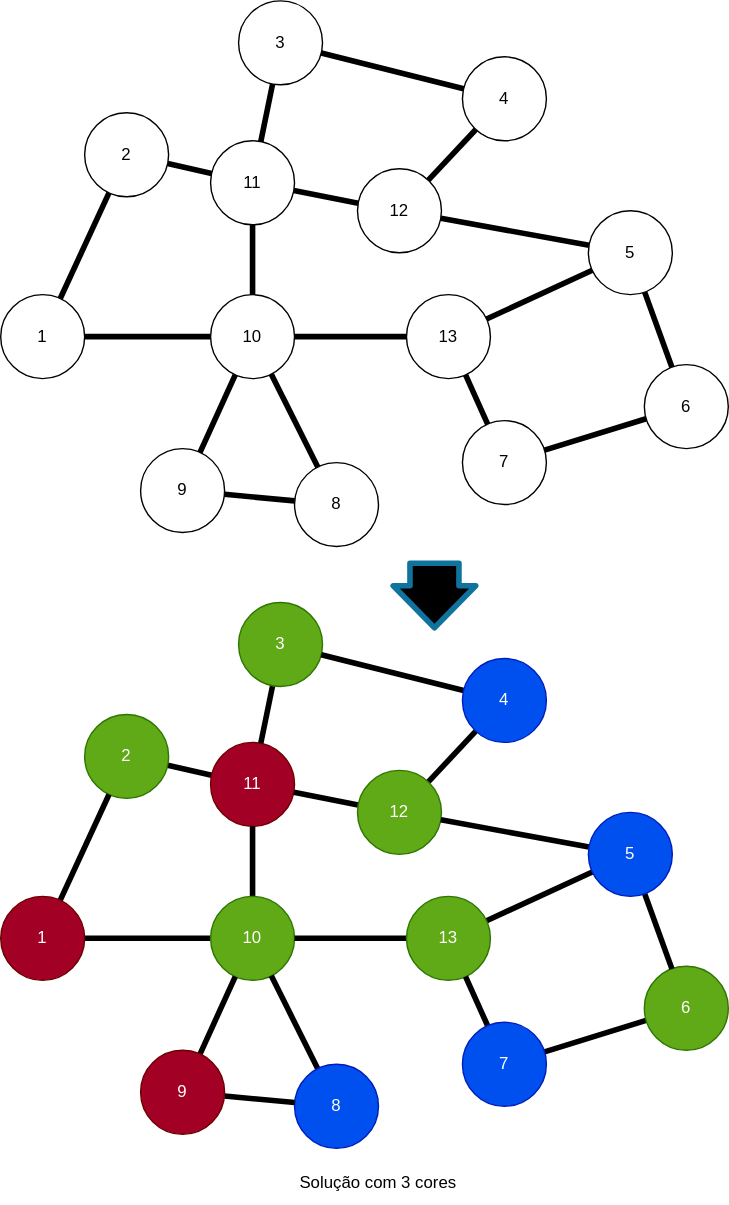
Earlier version of the draw.io export images/GCP.drawio.svg (spideryzarc/OCM). Source tidied: cells renumbered, new cells last; positions are measured from the earlier drawing's top-left corner, leaving out a move shared by most shapes.
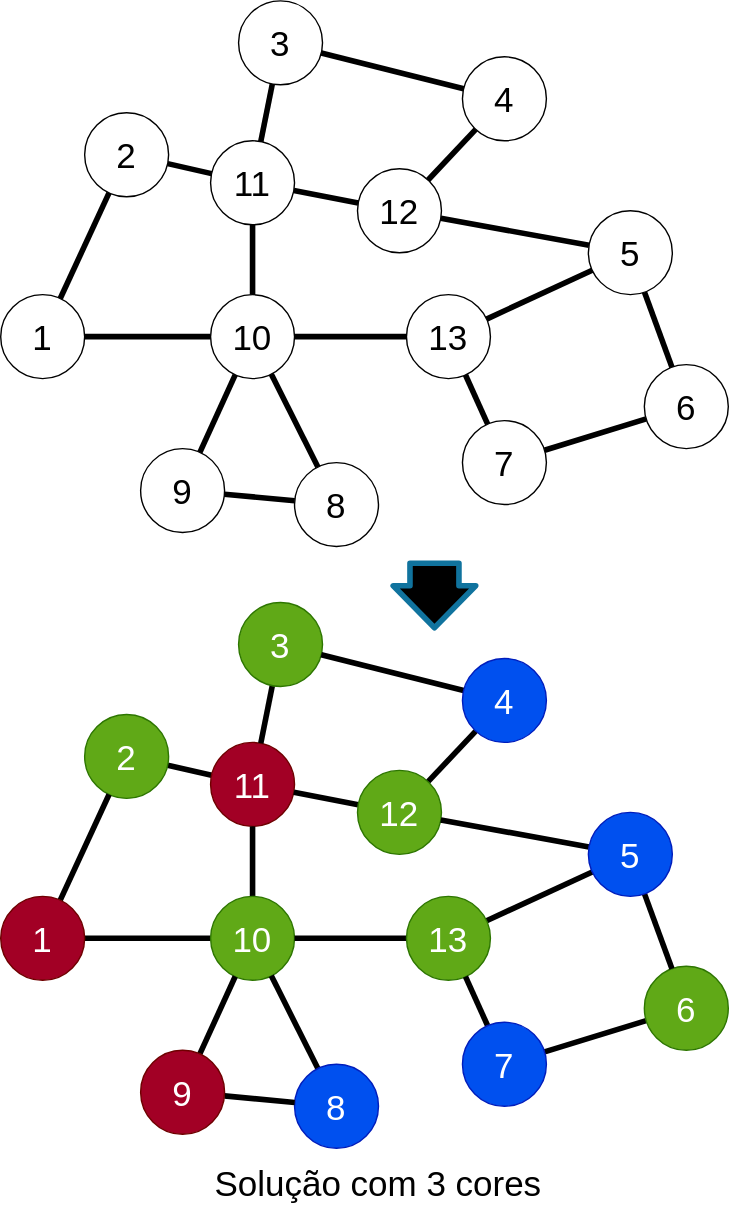
The same diagram one commit later.

Diff of the diagram source:
```diff
@@ -4,186 +4,186 @@
     <mxCell id="1" parent="0" />
-    <mxCell id="2" style="edgeStyle=none;html=1;endArrow=none;endFill=0;strokeWidth=4;" parent="1" edge="1" source="3" target="4">
+    <mxCell id="2" style="edgeStyle=none;html=1;endArrow=none;endFill=0;strokeWidth=4;fontSize=25;" parent="1" edge="1" source="3" target="4">
       <mxGeometry relative="1" as="geometry" />
     </mxCell>
-    <mxCell id="3" value="2" style="ellipse;whiteSpace=wrap;html=1;flipH=0;" parent="1" vertex="1">
+    <mxCell id="3" value="2" style="ellipse;whiteSpace=wrap;html=1;flipH=0;fontSize=25;" parent="1" vertex="1">
       <mxGeometry x="60" y="80" width="60" height="60" as="geometry" />
     </mxCell>
-    <mxCell id="4" value="11" style="ellipse;whiteSpace=wrap;html=1;flipH=0;" parent="1" vertex="1">
+    <mxCell id="4" value="11" style="ellipse;whiteSpace=wrap;html=1;flipH=0;fontSize=25;" parent="1" vertex="1">
       <mxGeometry x="150" y="100" width="60" height="60" as="geometry" />
     </mxCell>
-    <mxCell id="5" style="edgeStyle=none;html=1;strokeWidth=4;endArrow=none;endFill=0;" parent="1" edge="1" source="7" target="3">
+    <mxCell id="5" style="edgeStyle=none;html=1;strokeWidth=4;endArrow=none;endFill=0;fontSize=25;" parent="1" edge="1" source="7" target="3">
       <mxGeometry relative="1" as="geometry" />
     </mxCell>
-    <mxCell id="6" style="edgeStyle=none;html=1;strokeWidth=4;endArrow=none;endFill=0;" parent="1" edge="1" source="7" target="9">
+    <mxCell id="6" style="edgeStyle=none;html=1;strokeWidth=4;endArrow=none;endFill=0;fontSize=25;" parent="1" edge="1" source="7" target="9">
       <mxGeometry relative="1" as="geometry" />
     </mxCell>
-    <mxCell id="7" value="1" style="ellipse;whiteSpace=wrap;html=1;flipH=0;" parent="1" vertex="1">
+    <mxCell id="7" value="1" style="ellipse;whiteSpace=wrap;html=1;flipH=0;fontSize=25;" parent="1" vertex="1">
       <mxGeometry y="210" width="60" height="60" as="geometry" />
     </mxCell>
-    <mxCell id="8" style="edgeStyle=none;html=1;strokeWidth=4;endArrow=none;endFill=0;" parent="1" edge="1" source="9" target="4">
+    <mxCell id="8" style="edgeStyle=none;html=1;strokeWidth=4;endArrow=none;endFill=0;fontSize=25;" parent="1" edge="1" source="9" target="4">
       <mxGeometry relative="1" as="geometry" />
     </mxCell>
-    <mxCell id="9" value="10" style="ellipse;whiteSpace=wrap;html=1;flipH=0;" parent="1" vertex="1">
+    <mxCell id="9" value="10" style="ellipse;whiteSpace=wrap;html=1;flipH=0;fontSize=25;" parent="1" vertex="1">
       <mxGeometry x="150" y="210" width="60" height="60" as="geometry" />
     </mxCell>
-    <mxCell id="10" style="edgeStyle=none;html=1;strokeWidth=4;endArrow=none;endFill=0;" parent="1" edge="1" source="11" target="9">
+    <mxCell id="10" style="edgeStyle=none;html=1;strokeWidth=4;endArrow=none;endFill=0;fontSize=25;" parent="1" edge="1" source="11" target="9">
       <mxGeometry relative="1" as="geometry" />
     </mxCell>
-    <mxCell id="11" value="8" style="ellipse;whiteSpace=wrap;html=1;flipH=0;" parent="1" vertex="1">
+    <mxCell id="11" value="8" style="ellipse;whiteSpace=wrap;html=1;flipH=0;fontSize=25;" parent="1" vertex="1">
       <mxGeometry x="210" y="330" width="60" height="60" as="geometry" />
     </mxCell>
-    <mxCell id="12" style="edgeStyle=none;html=1;strokeWidth=4;endArrow=none;endFill=0;" parent="1" edge="1" source="13" target="4">
+    <mxCell id="12" style="edgeStyle=none;html=1;strokeWidth=4;endArrow=none;endFill=0;fontSize=25;" parent="1" edge="1" source="13" target="4">
       <mxGeometry relative="1" as="geometry" />
     </mxCell>
-    <mxCell id="13" value="3" style="ellipse;whiteSpace=wrap;html=1;flipH=0;" parent="1" vertex="1">
+    <mxCell id="13" value="3" style="ellipse;whiteSpace=wrap;html=1;flipH=0;fontSize=25;" parent="1" vertex="1">
       <mxGeometry x="170" width="60" height="60" as="geometry" />
     </mxCell>
-    <mxCell id="14" style="edgeStyle=none;html=1;strokeWidth=4;endArrow=none;endFill=0;" parent="1" edge="1" source="15" target="29">
+    <mxCell id="14" style="edgeStyle=none;html=1;strokeWidth=4;endArrow=none;endFill=0;fontSize=25;" parent="1" edge="1" source="15" target="29">
       <mxGeometry relative="1" as="geometry" />
     </mxCell>
-    <mxCell id="15" value="6" style="ellipse;whiteSpace=wrap;html=1;flipH=0;" parent="1" vertex="1">
+    <mxCell id="15" value="6" style="ellipse;whiteSpace=wrap;html=1;flipH=0;fontSize=25;" parent="1" vertex="1">
       <mxGeometry x="460" y="260" width="60" height="60" as="geometry" />
     </mxCell>
-    <mxCell id="16" style="edgeStyle=none;html=1;strokeWidth=4;endArrow=none;endFill=0;" parent="1" edge="1" source="18" target="9">
+    <mxCell id="16" style="edgeStyle=none;html=1;strokeWidth=4;endArrow=none;endFill=0;fontSize=25;" parent="1" edge="1" source="18" target="9">
       <mxGeometry relative="1" as="geometry" />
     </mxCell>
-    <mxCell id="17" style="edgeStyle=none;html=1;strokeWidth=4;endArrow=none;endFill=0;" parent="1" edge="1" source="18" target="11">
+    <mxCell id="17" style="edgeStyle=none;html=1;strokeWidth=4;endArrow=none;endFill=0;fontSize=25;" parent="1" edge="1" source="18" target="11">
       <mxGeometry relative="1" as="geometry" />
     </mxCell>
-    <mxCell id="18" value="9" style="ellipse;whiteSpace=wrap;html=1;flipH=0;" parent="1" vertex="1">
+    <mxCell id="18" value="9" style="ellipse;whiteSpace=wrap;html=1;flipH=0;fontSize=25;" parent="1" vertex="1">
       <mxGeometry x="100" y="320" width="60" height="60" as="geometry" />
     </mxCell>
-    <mxCell id="19" style="edgeStyle=none;html=1;strokeWidth=4;endArrow=none;endFill=0;" parent="1" edge="1" source="21" target="9">
+    <mxCell id="19" style="edgeStyle=none;html=1;strokeWidth=4;endArrow=none;endFill=0;fontSize=25;" parent="1" edge="1" source="21" target="9">
       <mxGeometry relative="1" as="geometry" />
     </mxCell>
-    <mxCell id="20" style="edgeStyle=none;html=1;strokeWidth=4;endArrow=none;endFill=0;" parent="1" edge="1" source="21" target="27">
+    <mxCell id="20" style="edgeStyle=none;html=1;strokeWidth=4;endArrow=none;endFill=0;fontSize=25;" parent="1" edge="1" source="21" target="27">
       <mxGeometry relative="1" as="geometry" />
     </mxCell>
-    <mxCell id="21" value="13" style="ellipse;whiteSpace=wrap;html=1;flipH=0;" parent="1" vertex="1">
+    <mxCell id="21" value="13" style="ellipse;whiteSpace=wrap;html=1;flipH=0;fontSize=25;" parent="1" vertex="1">
       <mxGeometry x="290" y="210" width="60" height="60" as="geometry" />
     </mxCell>
-    <mxCell id="22" style="edgeStyle=none;html=1;strokeWidth=4;endArrow=none;endFill=0;" parent="1" edge="1" source="24" target="4">
+    <mxCell id="22" style="edgeStyle=none;html=1;strokeWidth=4;endArrow=none;endFill=0;fontSize=25;" parent="1" edge="1" source="24" target="4">
       <mxGeometry relative="1" as="geometry" />
     </mxCell>
-    <mxCell id="23" style="edgeStyle=none;html=1;strokeWidth=4;endArrow=none;endFill=0;" parent="1" edge="1" source="24" target="31">
+    <mxCell id="23" style="edgeStyle=none;html=1;strokeWidth=4;endArrow=none;endFill=0;fontSize=25;" parent="1" edge="1" source="24" target="31">
       <mxGeometry relative="1" as="geometry" />
     </mxCell>
-    <mxCell id="24" value="12" style="ellipse;whiteSpace=wrap;html=1;flipH=0;" parent="1" vertex="1">
+    <mxCell id="24" value="12" style="ellipse;whiteSpace=wrap;html=1;flipH=0;fontSize=25;" parent="1" vertex="1">
       <mxGeometry x="255" y="120" width="60" height="60" as="geometry" />
     </mxCell>
-    <mxCell id="25" style="edgeStyle=none;html=1;strokeWidth=4;endArrow=none;endFill=0;" parent="1" edge="1" source="27" target="24">
+    <mxCell id="25" style="edgeStyle=none;html=1;strokeWidth=4;endArrow=none;endFill=0;fontSize=25;" parent="1" edge="1" source="27" target="24">
       <mxGeometry relative="1" as="geometry" />
     </mxCell>
-    <mxCell id="26" style="edgeStyle=none;html=1;strokeWidth=4;endArrow=none;endFill=0;" parent="1" edge="1" source="27" target="15">
+    <mxCell id="26" style="edgeStyle=none;html=1;strokeWidth=4;endArrow=none;endFill=0;fontSize=25;" parent="1" edge="1" source="27" target="15">
       <mxGeometry relative="1" as="geometry" />
     </mxCell>
-    <mxCell id="27" value="5" style="ellipse;whiteSpace=wrap;html=1;flipH=0;" parent="1" vertex="1">
+    <mxCell id="27" value="5" style="ellipse;whiteSpace=wrap;html=1;flipH=0;fontSize=25;" parent="1" vertex="1">
       <mxGeometry x="420" y="150" width="60" height="60" as="geometry" />
     </mxCell>
-    <mxCell id="28" style="edgeStyle=none;html=1;strokeWidth=4;endArrow=none;endFill=0;" parent="1" edge="1" source="29" target="21">
+    <mxCell id="28" style="edgeStyle=none;html=1;strokeWidth=4;endArrow=none;endFill=0;fontSize=25;" parent="1" edge="1" source="29" target="21">
       <mxGeometry relative="1" as="geometry" />
     </mxCell>
-    <mxCell id="29" value="7" style="ellipse;whiteSpace=wrap;html=1;flipH=0;" parent="1" vertex="1">
+    <mxCell id="29" value="7" style="ellipse;whiteSpace=wrap;html=1;flipH=0;fontSize=25;" parent="1" vertex="1">
       <mxGeometry x="330" y="300" width="60" height="60" as="geometry" />
     </mxCell>
-    <mxCell id="30" style="edgeStyle=none;html=1;strokeWidth=4;endArrow=none;endFill=0;" parent="1" edge="1" source="31" target="13">
+    <mxCell id="30" style="edgeStyle=none;html=1;strokeWidth=4;endArrow=none;endFill=0;fontSize=25;" parent="1" edge="1" source="31" target="13">
       <mxGeometry relative="1" as="geometry" />
     </mxCell>
-    <mxCell id="31" value="4" style="ellipse;whiteSpace=wrap;html=1;flipH=0;" parent="1" vertex="1">
+    <mxCell id="31" value="4" style="ellipse;whiteSpace=wrap;html=1;flipH=0;fontSize=25;" parent="1" vertex="1">
       <mxGeometry x="330" y="40" width="60" height="60" as="geometry" />
     </mxCell>
-    <mxCell id="32" style="edgeStyle=none;html=1;endArrow=none;endFill=0;strokeWidth=4;" parent="1" edge="1" source="33" target="34">
+    <mxCell id="32" style="edgeStyle=none;html=1;endArrow=none;endFill=0;strokeWidth=4;fontSize=25;" parent="1" edge="1" source="33" target="34">
       <mxGeometry relative="1" as="geometry" />
     </mxCell>
-    <mxCell id="33" value="2" style="ellipse;whiteSpace=wrap;html=1;flipH=0;fillColor=#60a917;fontColor=#ffffff;strokeColor=#2D7600;" parent="1" vertex="1">
+    <mxCell id="33" value="2" style="ellipse;whiteSpace=wrap;html=1;flipH=0;fillColor=#60a917;fontColor=#ffffff;strokeColor=#2D7600;fontSize=25;" parent="1" vertex="1">
       <mxGeometry x="60" y="510" width="60" height="60" as="geometry" />
     </mxCell>
-    <mxCell id="34" value="11" style="ellipse;whiteSpace=wrap;html=1;flipH=0;fillColor=#a20025;fontColor=#ffffff;strokeColor=#6F0000;" parent="1" vertex="1">
+    <mxCell id="34" value="11" style="ellipse;whiteSpace=wrap;html=1;flipH=0;fillColor=#a20025;fontColor=#ffffff;strokeColor=#6F0000;fontSize=25;" parent="1" vertex="1">
       <mxGeometry x="150" y="530" width="60" height="60" as="geometry" />
     </mxCell>
-    <mxCell id="35" style="edgeStyle=none;html=1;strokeWidth=4;endArrow=none;endFill=0;" parent="1" edge="1" source="37" target="33">
+    <mxCell id="35" style="edgeStyle=none;html=1;strokeWidth=4;endArrow=none;endFill=0;fontSize=25;" parent="1" edge="1" source="37" target="33">
       <mxGeometry relative="1" as="geometry" />
     </mxCell>
-    <mxCell id="36" style="edgeStyle=none;html=1;strokeWidth=4;endArrow=none;endFill=0;" parent="1" edge="1" source="37" target="39">
+    <mxCell id="36" style="edgeStyle=none;html=1;strokeWidth=4;endArrow=none;endFill=0;fontSize=25;" parent="1" edge="1" source="37" target="39">
       <mxGeometry relative="1" as="geometry" />
     </mxCell>
-    <mxCell id="37" value="1" style="ellipse;whiteSpace=wrap;html=1;flipH=0;fillColor=#a20025;fontColor=#ffffff;strokeColor=#6F0000;" parent="1" vertex="1">
+    <mxCell id="37" value="1" style="ellipse;whiteSpace=wrap;html=1;flipH=0;fillColor=#a20025;fontColor=#ffffff;strokeColor=#6F0000;fontSize=25;" parent="1" vertex="1">
       <mxGeometry y="640" width="60" height="60" as="geometry" />
     </mxCell>
-    <mxCell id="38" style="edgeStyle=none;html=1;strokeWidth=4;endArrow=none;endFill=0;" parent="1" edge="1" source="39" target="34">
+    <mxCell id="38" style="edgeStyle=none;html=1;strokeWidth=4;endArrow=none;endFill=0;fontSize=25;" parent="1" edge="1" source="39" target="34">
       <mxGeometry relative="1" as="geometry" />
     </mxCell>
-    <mxCell id="39" value="10" style="ellipse;whiteSpace=wrap;html=1;flipH=0;fillColor=#60a917;fontColor=#ffffff;strokeColor=#2D7600;" parent="1" vertex="1">
+    <mxCell id="39" value="10" style="ellipse;whiteSpace=wrap;html=1;flipH=0;fillColor=#60a917;fontColor=#ffffff;strokeColor=#2D7600;fontSize=25;" parent="1" vertex="1">
       <mxGeometry x="150" y="640" width="60" height="60" as="geometry" />
     </mxCell>
-    <mxCell id="40" style="edgeStyle=none;html=1;strokeWidth=4;endArrow=none;endFill=0;" parent="1" edge="1" source="41" target="39">
+    <mxCell id="40" style="edgeStyle=none;html=1;strokeWidth=4;endArrow=none;endFill=0;fontSize=25;" parent="1" edge="1" source="41" target="39">
       <mxGeometry relative="1" as="geometry" />
     </mxCell>
-    <mxCell id="41" value="8" style="ellipse;whiteSpace=wrap;html=1;flipH=0;fillColor=#0050ef;fontColor=#ffffff;strokeColor=#001DBC;" parent="1" vertex="1">
+    <mxCell id="41" value="8" style="ellipse;whiteSpace=wrap;html=1;flipH=0;fillColor=#0050ef;fontColor=#ffffff;strokeColor=#001DBC;fontSize=25;" parent="1" vertex="1">
       <mxGeometry x="210" y="760" width="60" height="60" as="geometry" />
     </mxCell>
-    <mxCell id="42" style="edgeStyle=none;html=1;strokeWidth=4;endArrow=none;endFill=0;" parent="1" edge="1" source="43" target="34">
+    <mxCell id="42" style="edgeStyle=none;html=1;strokeWidth=4;endArrow=none;endFill=0;fontSize=25;" parent="1" edge="1" source="43" target="34">
       <mxGeometry relative="1" as="geometry" />
     </mxCell>
-    <mxCell id="43" value="3" style="ellipse;whiteSpace=wrap;html=1;flipH=0;fillColor=#60a917;fontColor=#ffffff;strokeColor=#2D7600;" parent="1" vertex="1">
+    <mxCell id="43" value="3" style="ellipse;whiteSpace=wrap;html=1;flipH=0;fillColor=#60a917;fontColor=#ffffff;strokeColor=#2D7600;fontSize=25;" parent="1" vertex="1">
       <mxGeometry x="170" y="430" width="60" height="60" as="geometry" />
     </mxCell>
-    <mxCell id="44" style="edgeStyle=none;html=1;strokeWidth=4;endArrow=none;endFill=0;" parent="1" edge="1" source="45" target="59">
+    <mxCell id="44" style="edgeStyle=none;html=1;strokeWidth=4;endArrow=none;endFill=0;fontSize=25;" parent="1" edge="1" source="45" target="59">
       <mxGeometry relative="1" as="geometry" />
     </mxCell>
-    <mxCell id="45" value="6" style="ellipse;whiteSpace=wrap;html=1;flipH=0;fillColor=#60a917;fontColor=#ffffff;strokeColor=#2D7600;" parent="1" vertex="1">
+    <mxCell id="45" value="6" style="ellipse;whiteSpace=wrap;html=1;flipH=0;fillColor=#60a917;fontColor=#ffffff;strokeColor=#2D7600;fontSize=25;" parent="1" vertex="1">
       <mxGeometry x="460" y="690" width="60" height="60" as="geometry" />
     </mxCell>
-    <mxCell id="46" style="edgeStyle=none;html=1;strokeWidth=4;endArrow=none;endFill=0;" parent="1" edge="1" source="48" target="39">
+    <mxCell id="46" style="edgeStyle=none;html=1;strokeWidth=4;endArrow=none;endFill=0;fontSize=25;" parent="1" edge="1" source="48" target="39">
       <mxGeometry relative="1" as="geometry" />
     </mxCell>
-    <mxCell id="47" style="edgeStyle=none;html=1;strokeWidth=4;endArrow=none;endFill=0;" parent="1" edge="1" source="48" target="41">
+    <mxCell id="47" style="edgeStyle=none;html=1;strokeWidth=4;endArrow=none;endFill=0;fontSize=25;" parent="1" edge="1" source="48" target="41">
       <mxGeometry relative="1" as="geometry" />
     </mxCell>
-    <mxCell id="48" value="9" style="ellipse;whiteSpace=wrap;html=1;flipH=0;fillColor=#a20025;fontColor=#ffffff;strokeColor=#6F0000;" parent="1" vertex="1">
+    <mxCell id="48" value="9" style="ellipse;whiteSpace=wrap;html=1;flipH=0;fillColor=#a20025;fontColor=#ffffff;strokeColor=#6F0000;fontSize=25;" parent="1" vertex="1">
       <mxGeometry x="100" y="750" width="60" height="60" as="geometry" />
     </mxCell>
-    <mxCell id="49" style="edgeStyle=none;html=1;strokeWidth=4;endArrow=none;endFill=0;" parent="1" edge="1" source="51" target="39">
+    <mxCell id="49" style="edgeStyle=none;html=1;strokeWidth=4;endArrow=none;endFill=0;fontSize=25;" parent="1" edge="1" source="51" target="39">
       <mxGeometry relative="1" as="geometry" />
     </mxCell>
-    <mxCell id="50" style="edgeStyle=none;html=1;strokeWidth=4;endArrow=none;endFill=0;" parent="1" edge="1" source="51" target="57">
+    <mxCell id="50" style="edgeStyle=none;html=1;strokeWidth=4;endArrow=none;endFill=0;fontSize=25;" parent="1" edge="1" source="51" target="57">
       <mxGeometry relative="1" as="geometry" />
     </mxCell>
-    <mxCell id="51" value="13" style="ellipse;whiteSpace=wrap;html=1;flipH=0;fillColor=#60a917;fontColor=#ffffff;strokeColor=#2D7600;" parent="1" vertex="1">
+    <mxCell id="51" value="13" style="ellipse;whiteSpace=wrap;html=1;flipH=0;fillColor=#60a917;fontColor=#ffffff;strokeColor=#2D7600;fontSize=25;" parent="1" vertex="1">
       <mxGeometry x="290" y="640" width="60" height="60" as="geometry" />
     </mxCell>
-    <mxCell id="52" style="edgeStyle=none;html=1;strokeWidth=4;endArrow=none;endFill=0;" parent="1" edge="1" source="54" target="34">
+    <mxCell id="52" style="edgeStyle=none;html=1;strokeWidth=4;endArrow=none;endFill=0;fontSize=25;" parent="1" edge="1" source="54" target="34">
       <mxGeometry relative="1" as="geometry" />
     </mxCell>
-    <mxCell id="53" style="edgeStyle=none;html=1;strokeWidth=4;endArrow=none;endFill=0;" parent="1" edge="1" source="54" target="61">
+    <mxCell id="53" style="edgeStyle=none;html=1;strokeWidth=4;endArrow=none;endFill=0;fontSize=25;" parent="1" edge="1" source="54" target="61">
       <mxGeometry relative="1" as="geometry" />
     </mxCell>
-    <mxCell id="54" value="12" style="ellipse;whiteSpace=wrap;html=1;flipH=0;fillColor=#60a917;fontColor=#ffffff;strokeColor=#2D7600;" parent="1" vertex="1">
+    <mxCell id="54" value="12" style="ellipse;whiteSpace=wrap;html=1;flipH=0;fillColor=#60a917;fontColor=#ffffff;strokeColor=#2D7600;fontSize=25;" parent="1" vertex="1">
       <mxGeometry x="255" y="550" width="60" height="60" as="geometry" />
     </mxCell>
-    <mxCell id="55" style="edgeStyle=none;html=1;strokeWidth=4;endArrow=none;endFill=0;" parent="1" edge="1" source="57" target="54">
+    <mxCell id="55" style="edgeStyle=none;html=1;strokeWidth=4;endArrow=none;endFill=0;fontSize=25;" parent="1" edge="1" source="57" target="54">
       <mxGeometry relative="1" as="geometry" />
     </mxCell>
-    <mxCell id="56" style="edgeStyle=none;html=1;strokeWidth=4;endArrow=none;endFill=0;" parent="1" edge="1" source="57" target="45">
+    <mxCell id="56" style="edgeStyle=none;html=1;strokeWidth=4;endArrow=none;endFill=0;fontSize=25;" parent="1" edge="1" source="57" target="45">
       <mxGeometry relative="1" as="geometry" />
     </mxCell>
-    <mxCell id="57" value="5" style="ellipse;whiteSpace=wrap;html=1;flipH=0;fillColor=#0050ef;fontColor=#ffffff;strokeColor=#001DBC;" parent="1" vertex="1">
+    <mxCell id="57" value="5" style="ellipse;whiteSpace=wrap;html=1;flipH=0;fillColor=#0050ef;fontColor=#ffffff;strokeColor=#001DBC;fontSize=25;" parent="1" vertex="1">
       <mxGeometry x="420" y="580" width="60" height="60" as="geometry" />
     </mxCell>
-    <mxCell id="58" style="edgeStyle=none;html=1;strokeWidth=4;endArrow=none;endFill=0;" parent="1" edge="1" source="59" target="51">
+    <mxCell id="58" style="edgeStyle=none;html=1;strokeWidth=4;endArrow=none;endFill=0;fontSize=25;" parent="1" edge="1" source="59" target="51">
       <mxGeometry relative="1" as="geometry" />
     </mxCell>
-    <mxCell id="59" value="7" style="ellipse;whiteSpace=wrap;html=1;flipH=0;fillColor=#0050ef;fontColor=#ffffff;strokeColor=#001DBC;" parent="1" vertex="1">
+    <mxCell id="59" value="7" style="ellipse;whiteSpace=wrap;html=1;flipH=0;fillColor=#0050ef;fontColor=#ffffff;strokeColor=#001DBC;fontSize=25;" parent="1" vertex="1">
       <mxGeometry x="330" y="730" width="60" height="60" as="geometry" />
     </mxCell>
-    <mxCell id="60" style="edgeStyle=none;html=1;strokeWidth=4;endArrow=none;endFill=0;" parent="1" edge="1" source="61" target="43">
+    <mxCell id="60" style="edgeStyle=none;html=1;strokeWidth=4;endArrow=none;endFill=0;fontSize=25;" parent="1" edge="1" source="61" target="43">
       <mxGeometry relative="1" as="geometry" />
     </mxCell>
-    <mxCell id="61" value="4" style="ellipse;whiteSpace=wrap;html=1;flipH=0;fillColor=#0050ef;fontColor=#ffffff;strokeColor=#001DBC;" parent="1" vertex="1">
+    <mxCell id="61" value="4" style="ellipse;whiteSpace=wrap;html=1;flipH=0;fillColor=#0050ef;fontColor=#ffffff;strokeColor=#001DBC;fontSize=25;" parent="1" vertex="1">
       <mxGeometry x="330" y="470" width="60" height="60" as="geometry" />
     </mxCell>
-    <mxCell id="62" value="Solução com 3 cores" style="text;html=1;strokeColor=none;fillColor=none;align=center;verticalAlign=middle;whiteSpace=wrap;rounded=0;" parent="1" vertex="1">
+    <mxCell id="62" value="Solução com 3 cores" style="text;html=1;strokeColor=none;fillColor=none;align=center;verticalAlign=middle;whiteSpace=wrap;rounded=0;fontSize=25;" parent="1" vertex="1">
       <mxGeometry x="140" y="830" width="260" height="30" as="geometry" />
     </mxCell>
-    <mxCell id="63" style="shape=flexArrow;endArrow=classic;html=1;strokeWidth=4;width=32;endSize=8.664;fillColor=#000000;strokeColor=#10739e;fillStyle=solid;" parent="1" edge="1">
+    <mxCell id="63" style="shape=flexArrow;endArrow=classic;html=1;strokeWidth=4;width=32;endSize=8.664;fillColor=#000000;strokeColor=#10739e;fillStyle=solid;fontSize=25;" parent="1" edge="1">
       <mxGeometry relative="1" as="geometry">
```
